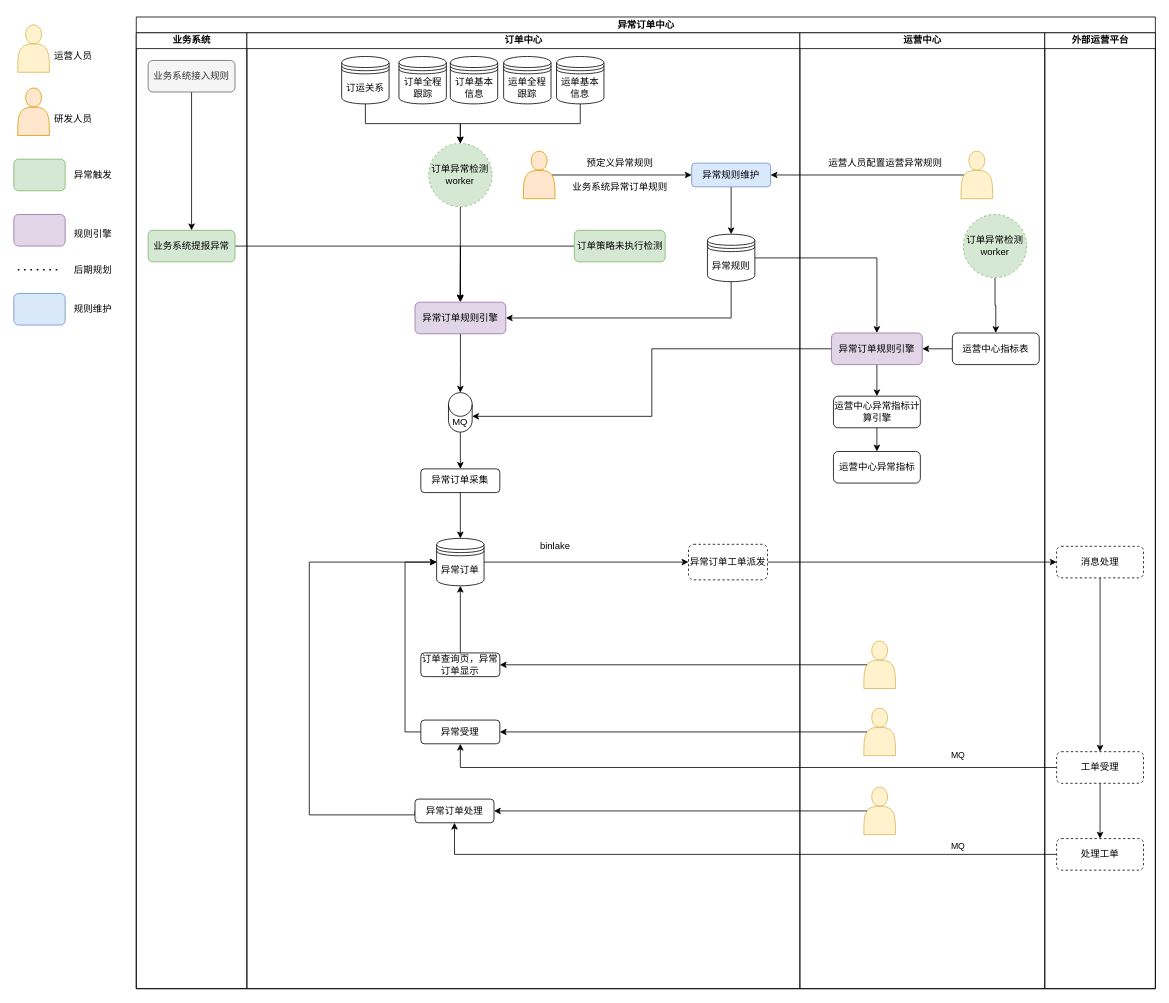
Above: page "订单异常中心" (35 of 36) of Untitled Diagram.drawio in lixintao03/lixintao.github.io (draw.io), before the change. Source tidied: cells renumbered, new cells numbered last; positions are measured from the earlier drawing's top-left corner, leaving out a move shared by most shapes. Both pictures are drawn from the tidied source at 79%, with x=0, y=0 at pixel (13, 17).
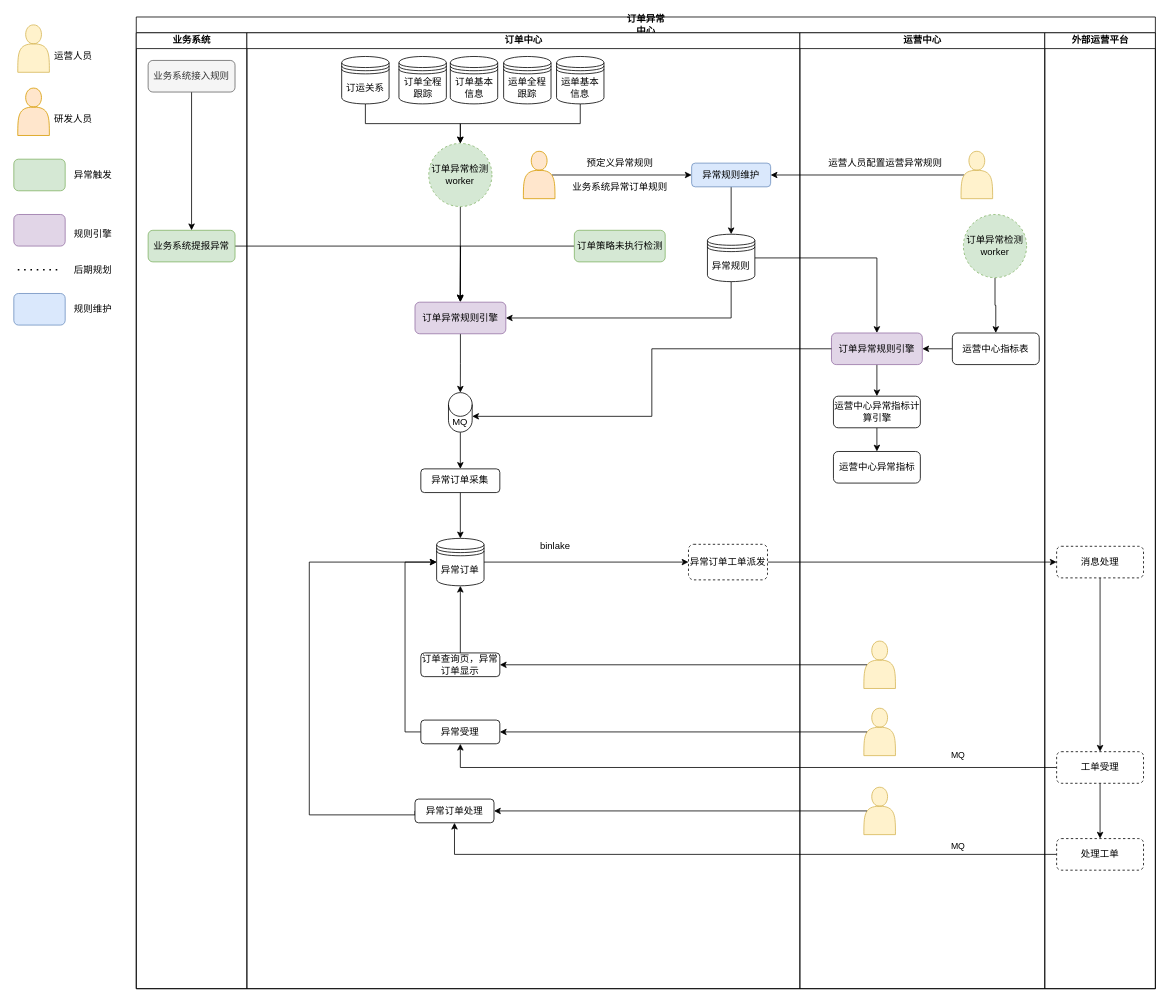
Above is the later version.

Unchanged cells that the change refers to:
```xml
<mxCell id="12" value="订单中心" style="swimlane;startSize=20;html=1;" parent="2" vertex="1">
  <mxGeometry x="140" y="20" width="700" height="1210" as="geometry" />
</mxCell>
<mxCell id="48" value="运营中心" style="swimlane;startSize=20;html=1;" parent="2" vertex="1">
  <mxGeometry x="840" y="20" width="310" height="1210" as="geometry" />
</mxCell>
```

The edit, as a diff of the source:
```diff
@@
-    <mxCell id="2" value="异常订单中心" style="swimlane;startSize=20;html=1;" parent="1" vertex="1">
+    <mxCell id="2" value="订单异常&lt;br&gt;中心" style="swimlane;startSize=20;html=1;" parent="1" vertex="1">
       <mxGeometry x="155" width="1290" height="1230" as="geometry" />
     </mxCell>
@@
-    <mxCell id="31" value="异常订单规则引擎" style="rounded=1;whiteSpace=wrap;html=1;fillColor=#e1d5e7;strokeColor=#9673a6;" parent="12" vertex="1">
+    <mxCell id="31" value="订单异常规则引擎" style="rounded=1;whiteSpace=wrap;html=1;fillColor=#e1d5e7;strokeColor=#9673a6;" parent="12" vertex="1">
       <mxGeometry x="212.8" y="341" width="115" height="40" as="geometry" />
     </mxCell>
@@
-    <mxCell id="53" value="异常订单规则引擎" style="rounded=1;whiteSpace=wrap;html=1;fillColor=#e1d5e7;strokeColor=#9673a6;" parent="48" vertex="1">
+    <mxCell id="53" value="订单异常规则引擎" style="rounded=1;whiteSpace=wrap;html=1;fillColor=#e1d5e7;strokeColor=#9673a6;" parent="48" vertex="1">
       <mxGeometry x="40" y="380" width="115" height="40" as="geometry" />
     </mxCell>
```
